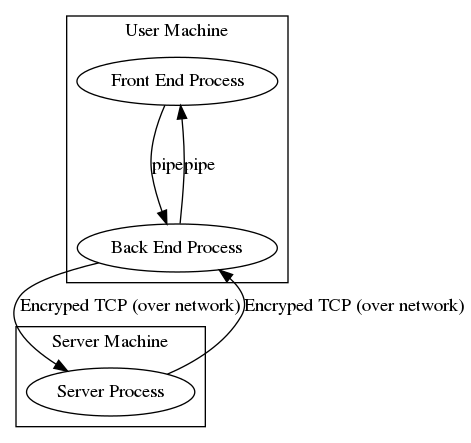
Earlier version of the Graphviz export docs/centralized_design.png (MarshallRawson/incognito). Its source is kept beside it as docs/centralized_design.dot. The source it was exported from:
```dot
digraph G
{

  subgraph cluster_0
  {
    front_end[label="Front End Process"];
    back_end[label="Back End Process"];
    front_end -> back_end[label="pipe"];
    back_end -> front_end[label="pipe"];
    label = "User Machine";
  }

  subgraph cluster_1
  {
    server[label="Server Process"]
    back_end -> server[label="Encryped TCP (over network)"];
    server -> back_end[label="Encryped TCP (over network)"];
    label = "Server Machine";
  }
}
```
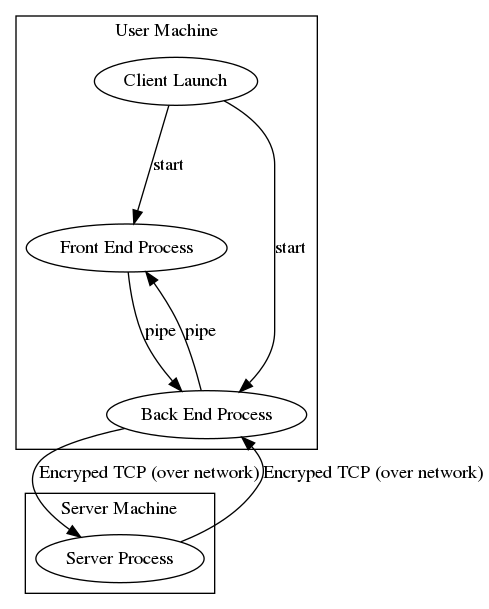
The same file after the commit.

What changed in the source:
```diff
@@ -5,6 +5,9 @@
   {
     front_end[label="Front End Process"];
     back_end[label="Back End Process"];
+    client_launch[label="Client Launch"];
+    client_launch -> front_end[label="start"];
+    client_launch -> back_end[label="start"];
     front_end -> back_end[label="pipe"];
     back_end -> front_end[label="pipe"];
     label = "User Machine";
```
